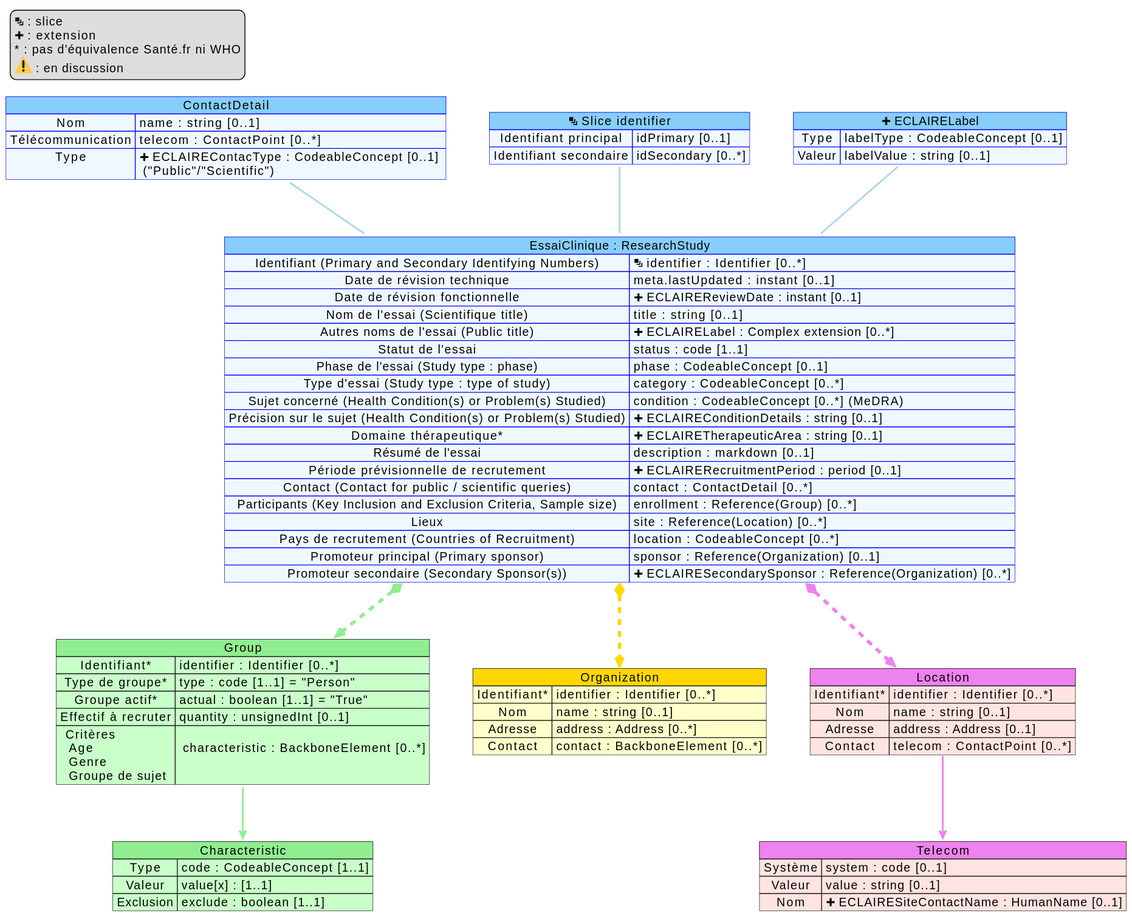
This is input/images/mappingResearchStudy.svg from ansforge/essais-cliniques, a PlantUML export, as it was before one commit.
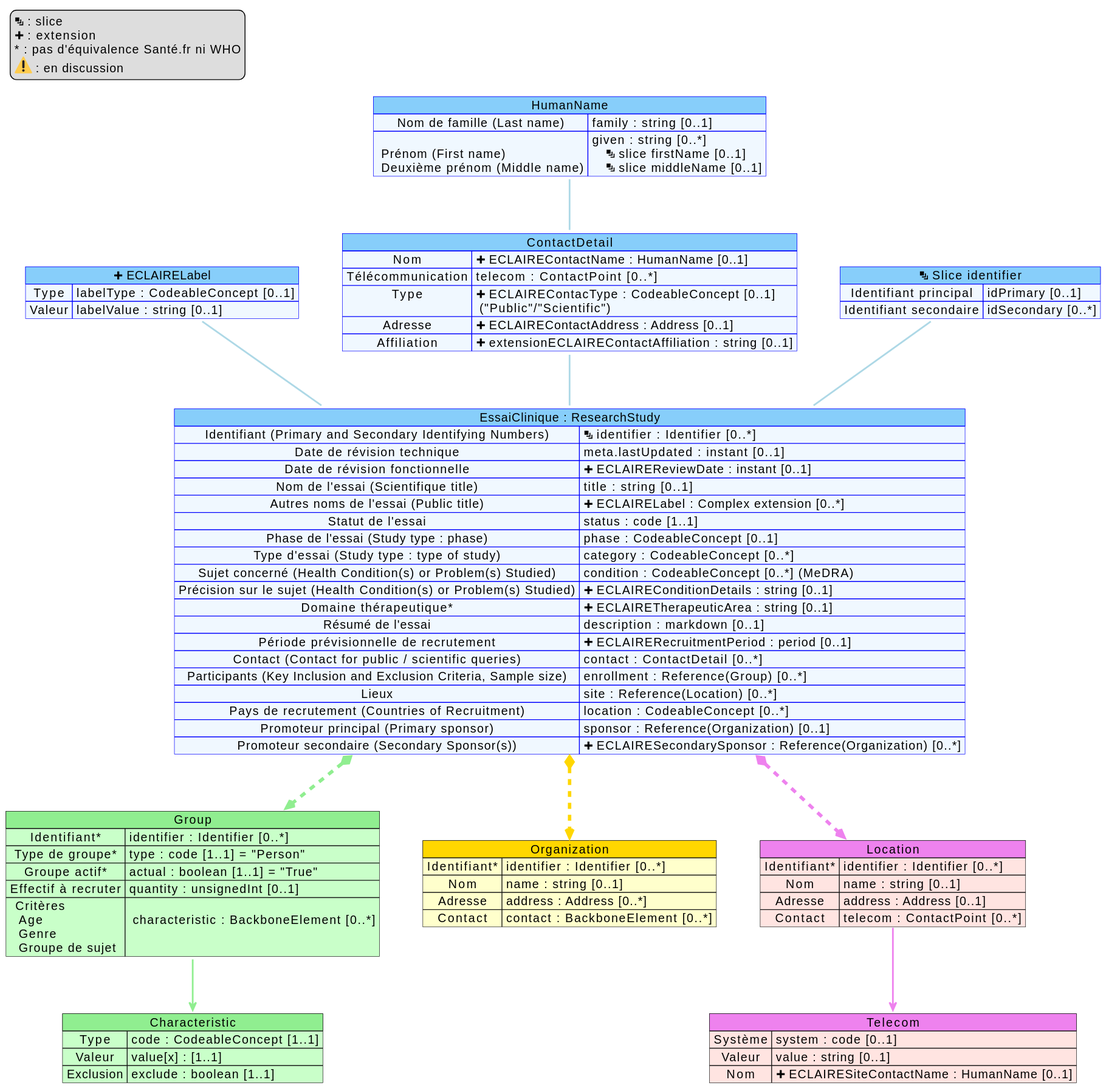
Later version of the same file.

Commit message:
MaJ mapping contact

What changed in the source:
```diff
@@ -3,6 +3,14 @@
     Nom => name :  string [0..1]
     Télécommunication => telecom :  ContactPoint [0..*]
     Type => <&plus> ECLAIREContacType :  CodeableConcept [0..1] \n ("Public"/"Scientific")
+    Adresse => <&plus> ECLAIREContactAddress : Address [0..1]
+    Affiliation => <&plus> extensionECLAIREContactAffiliation : string [0..1]
+    Nom => <&plus> ECLAIREContactName : HumanName [0..1]
+}
+
+map "HumanName" as slice_name #back:AliceBlue;header:LightSkyBlue;line:blue {
+    Nom de famille (Last name) => family : string [0..1]
+    \n Prénom (First name) \n Deuxième prénom (Middle name) => given : string [0..*] \n    <&layers> slice firstName [0..1] \n    <&layers> slice middleName [0..1]
 }
 
 map "<&layers> Slice identifier" as slice_identifier #back:AliceBlue;header:LightSkyBlue;line:blue {
@@ -79,6 +87,8 @@
 slice_identifier --[#lightBlue,thickness=2] RS
 Contact --[#lightBlue,thickness=2] RS
 label --[#lightBlue,thickness=2] RS
+slice_name --[#lightBlue,thickness=2] Contact
+Contact -[hidden] slice_identifier
 
 Group -[hidden] Organization
 
```
